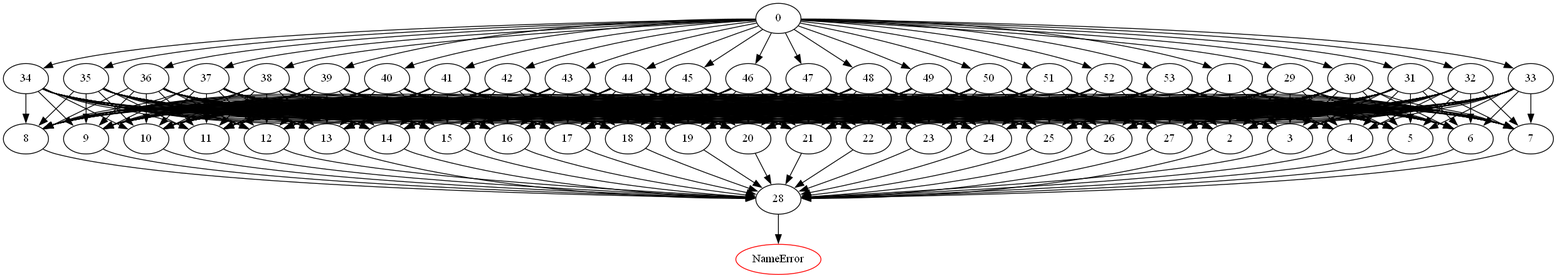
Above: DomainPicture/dx25rv.linksatall.comdirected_graph.png in Asikl/MazeMapper (Graphviz), before the change. Its source is kept beside it as DomainPicture/dx25rv.linksatall.comdirected_graph.dot.
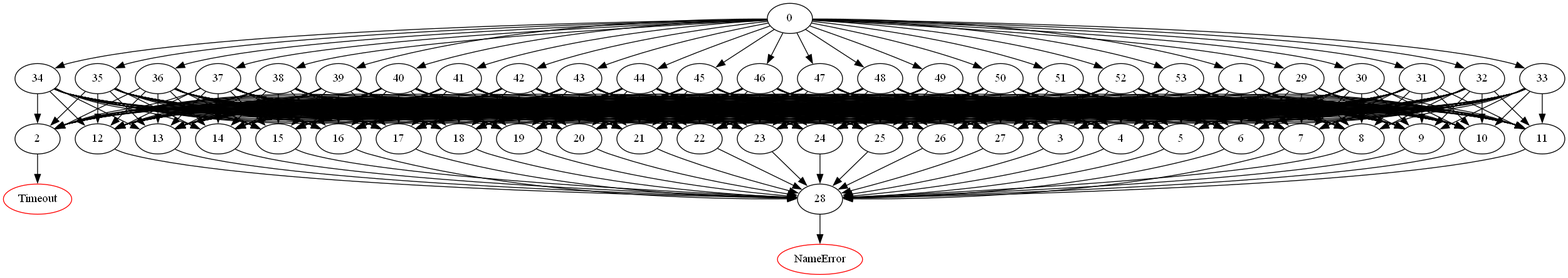
Above is the later version.

Change to the diagram source:
```diff
@@ -51,7 +51,8 @@
 	1 -> 25;
 	1 -> 26;
 	1 -> 27;
-	2 -> 28;
+	2 -> "Timeout";
+Timeout [color=red];
 	3 -> 28;
 	4 -> 28;
 	5 -> 28;
```
